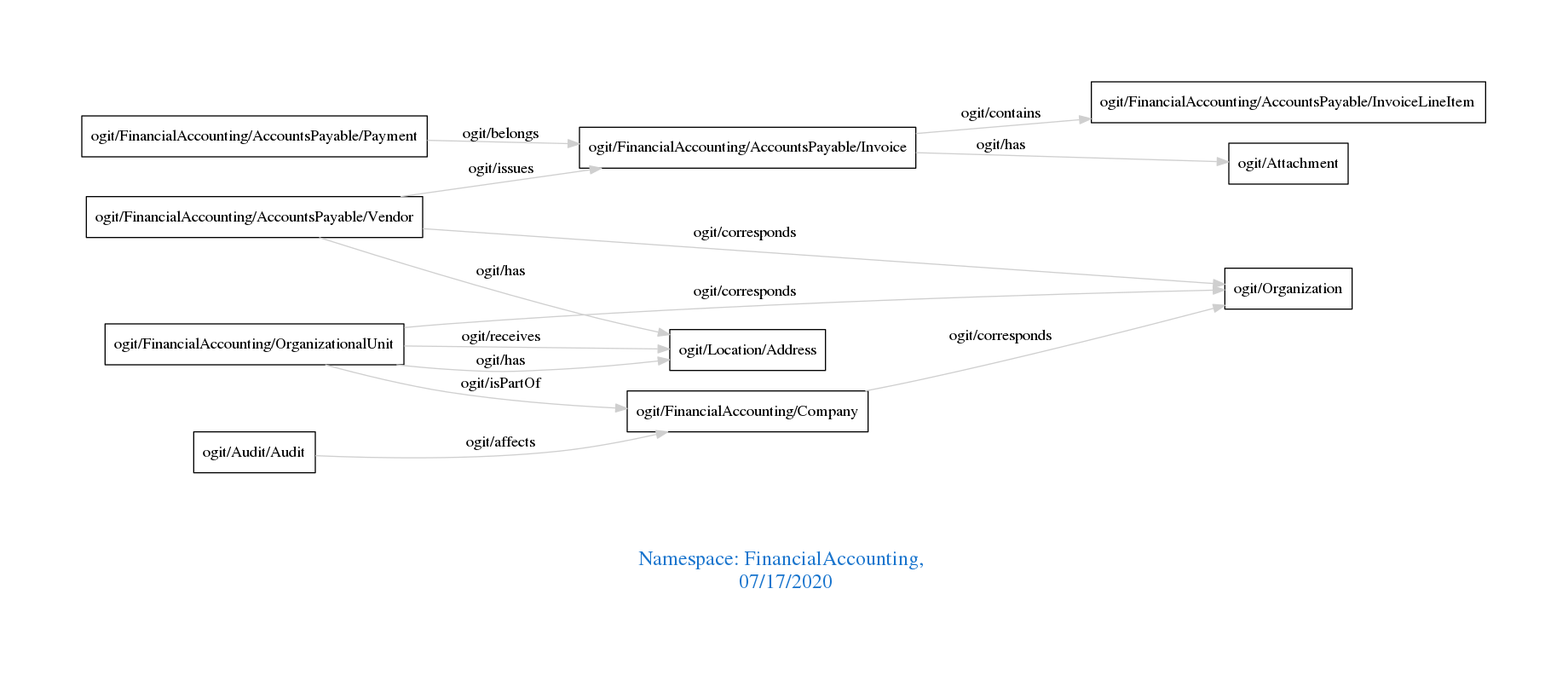
Before: downloads/FinancialAccounting.png, a diagram exported from Graphviz (arago/OGIT). Its source is kept beside it as downloads/FinancialAccounting.dot. Its diagram source:
```dot
digraph OGIT_ontology {
 graph [ rankdir= LR,pad=1
fontsize = 18,
fontcolor= dodgerblue3,label = "\n\n\nNamespace: FinancialAccounting, \n 07/17/2020"];
node[shape=polygon];
edge [  color="gray81"];

   "ogit/FinancialAccounting/AccountsPayable/Invoice" -> "ogit/FinancialAccounting/AccountsPayable/InvoiceLineItem" [label="   ogit/contains    "];
   "ogit/FinancialAccounting/AccountsPayable/Vendor" -> "ogit/Organization" [label="   ogit/corresponds    "];
   "ogit/FinancialAccounting/Company" -> "ogit/Organization" [label="   ogit/corresponds    "];
   "ogit/FinancialAccounting/OrganizationalUnit" -> "ogit/Organization" [label="   ogit/corresponds    "];
   "ogit/FinancialAccounting/AccountsPayable/Vendor" -> "ogit/FinancialAccounting/AccountsPayable/Invoice" [label="   ogit/issues    "];
   "ogit/Audit/Audit" -> "ogit/FinancialAccounting/Company" [label="   ogit/affects    "];
   "ogit/FinancialAccounting/AccountsPayable/Payment" -> "ogit/FinancialAccounting/AccountsPayable/Invoice" [label="   ogit/belongs    "];
   "ogit/FinancialAccounting/OrganizationalUnit" -> "ogit/Location/Address" [label="   ogit/receives    "];
   "ogit/FinancialAccounting/AccountsPayable/Invoice" -> "ogit/Attachment" [label="   ogit/has    "];
   "ogit/FinancialAccounting/AccountsPayable/Vendor" -> "ogit/Location/Address" [label="   ogit/has    "];
   "ogit/FinancialAccounting/OrganizationalUnit" -> "ogit/Location/Address" [label="   ogit/has    "];
   "ogit/FinancialAccounting/OrganizationalUnit" -> "ogit/FinancialAccounting/Company" [label="   ogit/isPartOf    "];
}
```
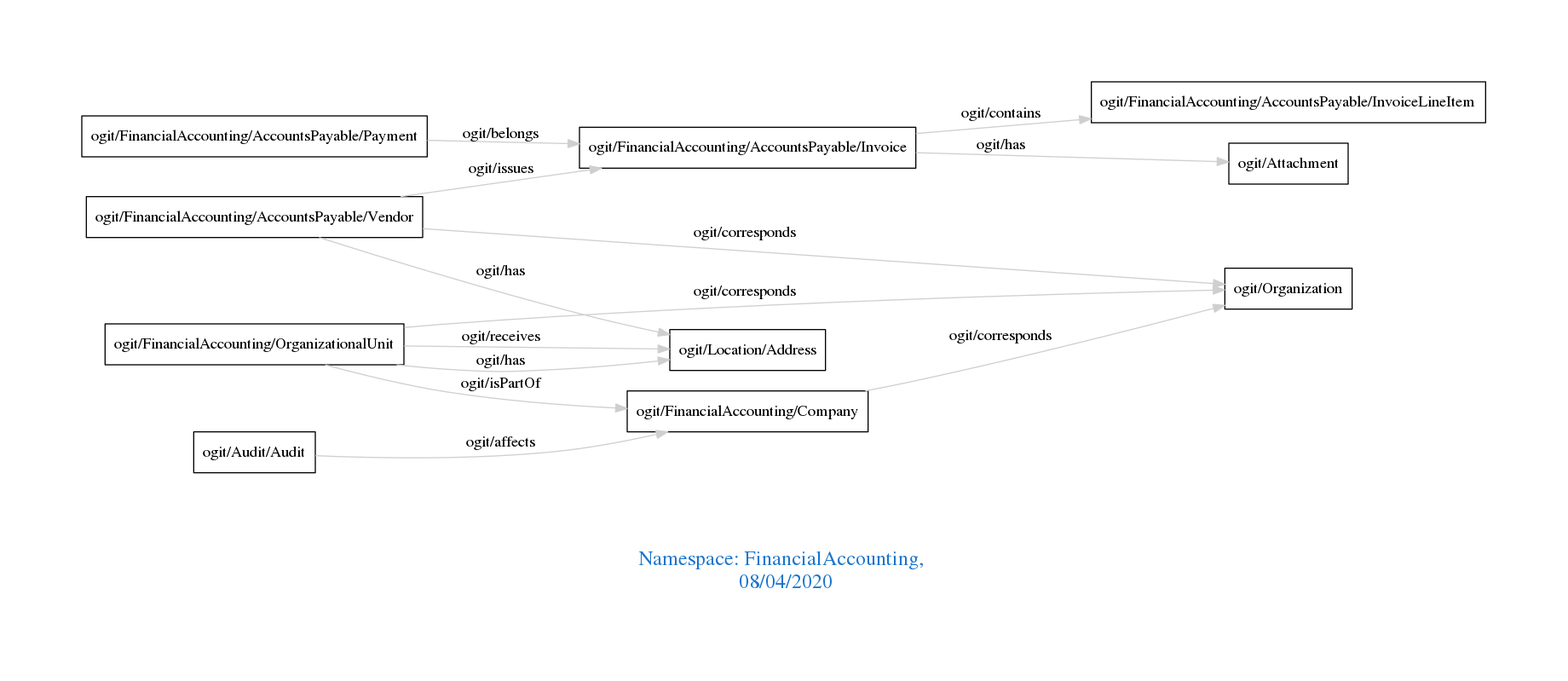
The same file after the commit.

What changed in the source:
```diff
@@ -1,7 +1,7 @@
 digraph OGIT_ontology {
  graph [ rankdir= LR,pad=1
 fontsize = 18,
-fontcolor= dodgerblue3,label = "\n\n\nNamespace: FinancialAccounting, \n 07/17/2020"];
+fontcolor= dodgerblue3,label = "\n\n\nNamespace: FinancialAccounting, \n 08/04/2020"];
 node[shape=polygon];
 edge [  color="gray81"];
 
```
